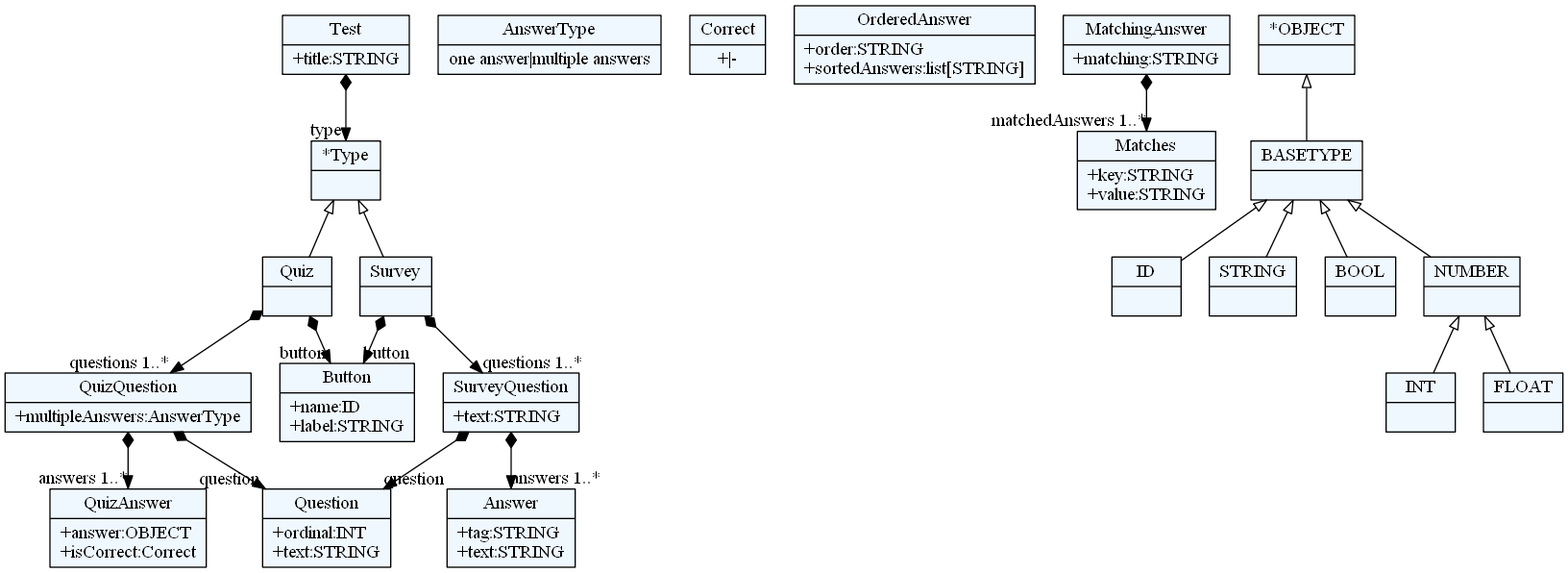
Before: quiz/quiz.png, a diagram exported from Graphviz (igen-ftn/quizgen). Its source is kept beside it as quiz/quiz.dot.
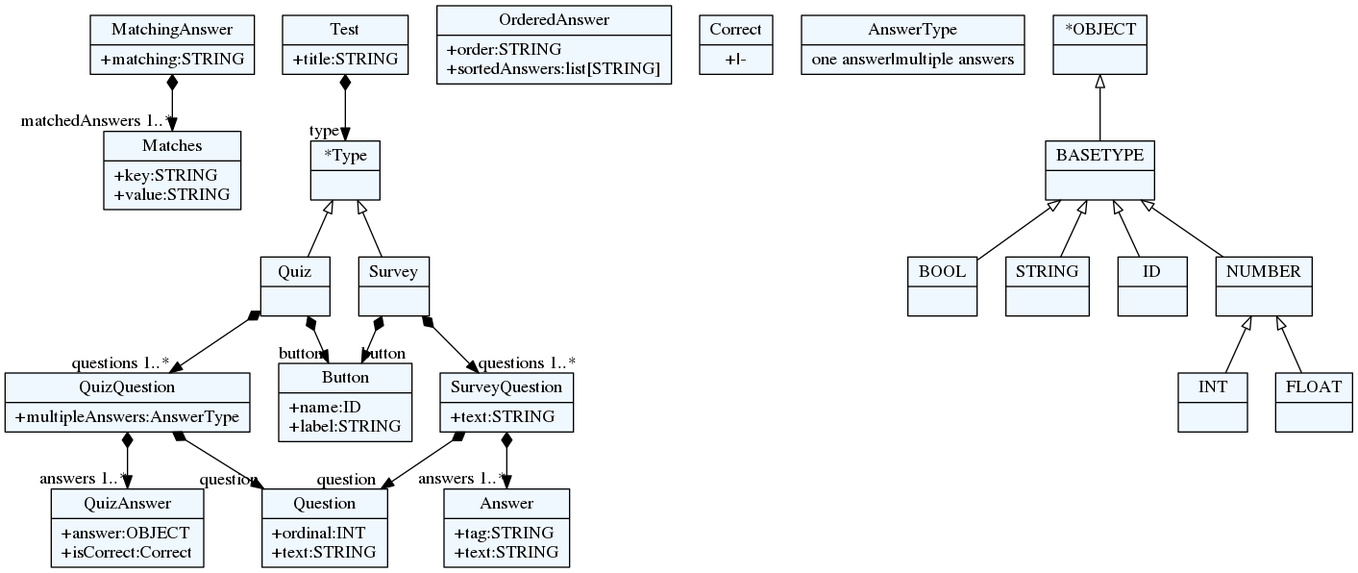
After the change.

Diff of the diagram source:
```diff
@@ -10,70 +10,70 @@
     edge[dir=black,arrowtail=empty]
 
 
-2023246167896 -> 2023246152792[arrowtail=diamond, dir=both, headlabel="type "]
-2023246167896[ label="{Test|+title:STRING\l}"]
+30442824[ label="{Matches|+key:STRING\l+value:STRING\l}"]
 
-2023246152792[ label="{*Type|}"]
-2023246152792 -> 2023246144296 [dir=back]
-2023246152792 -> 2023246151848 [dir=back]
+29983272 -> 30681864[arrowtail=diamond, dir=both, headlabel="type "]
+29983272[ label="{Test|+title:STRING\l}"]
 
-2023246144296 -> 2023246172616[arrowtail=diamond, dir=both, headlabel="questions 1..*"]
-2023246144296 -> 2023246156568[arrowtail=diamond, dir=both, headlabel="button "]
-2023246144296[ label="{Quiz|}"]
+30832600[ label="{OrderedAnswer|+order:STRING\l+sortedAnswers:list[STRING]\l}"]
 
-2023246151848 -> 2023246187720[arrowtail=diamond, dir=both, headlabel="questions 1..*"]
-2023246151848 -> 2023246156568[arrowtail=diamond, dir=both, headlabel="button "]
-2023246151848[ label="{Survey|}"]
+30178952[ label="{Button|+name:ID\l+label:STRING\l}"]
 
-2023246172616 -> 2023246179224[arrowtail=diamond, dir=both, headlabel="question "]
-2023246172616 -> 2023246181112[arrowtail=diamond, dir=both, headlabel="answers 1..*"]
-2023246172616[ label="{QuizQuestion|+multipleAnswers:AnswerType\l}"]
+30791464[ label="{Correct|+\|-}"]
 
-2023246177336[ label="{AnswerType|one answer\|multiple answers}"]
+30302664 -> 30767336[arrowtail=diamond, dir=both, headlabel="question "]
+30302664 -> 30785560[arrowtail=diamond, dir=both, headlabel="answers 1..*"]
+30302664[ label="{QuizQuestion|+multipleAnswers:AnswerType\l}"]
 
-2023246187720 -> 2023246179224[arrowtail=diamond, dir=both, headlabel="question "]
-2023246187720 -> 2023246189608[arrowtail=diamond, dir=both, headlabel="answers 1..*"]
-2023246187720[ label="{SurveyQuestion|+text:STRING\l}"]
+30767336[ label="{Question|+ordinal:INT\l+text:STRING\l}"]
 
-2023246179224[ label="{Question|+ordinal:INT\l+text:STRING\l}"]
+30681864[ label="{*Type|}"]
+30681864 -> 30708296 [dir=back]
+30681864 -> 30182424 [dir=back]
 
-2023246181112[ label="{QuizAnswer|+answer:OBJECT\l+isCorrect:Correct\l}"]
+30436920 -> 30442824[arrowtail=diamond, dir=both, headlabel="matchedAnswers 1..*"]
+30436920[ label="{MatchingAnswer|+matching:STRING\l}"]
 
-2023246183944[ label="{Correct|+\|-}"]
+30182424 -> 30449160[arrowtail=diamond, dir=both, headlabel="questions 1..*"]
+30182424 -> 30178952[arrowtail=diamond, dir=both, headlabel="button "]
+30182424[ label="{Survey|}"]
 
-2023246189608[ label="{Answer|+tag:STRING\l+text:STRING\l}"]
+30708296 -> 30302664[arrowtail=diamond, dir=both, headlabel="questions 1..*"]
+30708296 -> 30178952[arrowtail=diamond, dir=both, headlabel="button "]
+30708296[ label="{Quiz|}"]
 
-2023246192440[ label="{OrderedAnswer|+order:STRING\l+sortedAnswers:list[STRING]\l}"]
+30672328[ label="{AnswerType|one answer\|multiple answers}"]
 
-2023246162232 -> 2023246195272[arrowtail=diamond, dir=both, headlabel="matchedAnswers 1..*"]
-2023246162232[ label="{MatchingAnswer|+matching:STRING\l}"]
+30827512[ label="{Answer|+tag:STRING\l+text:STRING\l}"]
 
-2023246195272[ label="{Matches|+key:STRING\l+value:STRING\l}"]
+30785560[ label="{QuizAnswer|+answer:OBJECT\l+isCorrect:Correct\l}"]
 
-2023246156568[ label="{Button|+name:ID\l+label:STRING\l}"]
+30449160 -> 30767336[arrowtail=diamond, dir=both, headlabel="question "]
+30449160 -> 30827512[arrowtail=diamond, dir=both, headlabel="answers 1..*"]
+30449160[ label="{SurveyQuestion|+text:STRING\l}"]
 
-2023246394456[ label="{ID|}"]
+30504872[ label="{INT|}"]
 
-2023246146184[ label="{STRING|}"]
+29866376[ label="{BOOL|}"]
 
-2023246157512[ label="{BOOL|}"]
+30401864[ label="{FLOAT|}"]
 
-2023246147128[ label="{INT|}"]
+30964360[ label="{STRING|}"]
 
-2023246164120[ label="{FLOAT|}"]
+29883800[ label="{ID|}"]
 
-2023246168840[ label="{NUMBER|}"]
-2023246168840 -> 2023246164120 [dir=back]
-2023246168840 -> 2023246147128 [dir=back]
+30821400[ label="{NUMBER|}"]
+30821400 -> 30401864 [dir=back]
+30821400 -> 30504872 [dir=back]
 
-2023246173560[ label="{BASETYPE|}"]
-2023246173560 -> 2023246168840 [dir=back]
-2023246173560 -> 2023246157512 [dir=back]
-2023246173560 -> 2023246394456 [dir=back]
-2023246173560 -> 2023246146184 [dir=back]
+30974744[ label="{BASETYPE|}"]
+30974744 -> 30821400 [dir=back]
+30974744 -> 29866376 [dir=back]
+30974744 -> 29883800 [dir=back]
+30974744 -> 30964360 [dir=back]
 
-2023246166952[ label="{*OBJECT|}"]
-2023246166952 -> 2023246173560 [dir=back]
+29953320[ label="{*OBJECT|}"]
+29953320 -> 30974744 [dir=back]
 
 
 }
```
